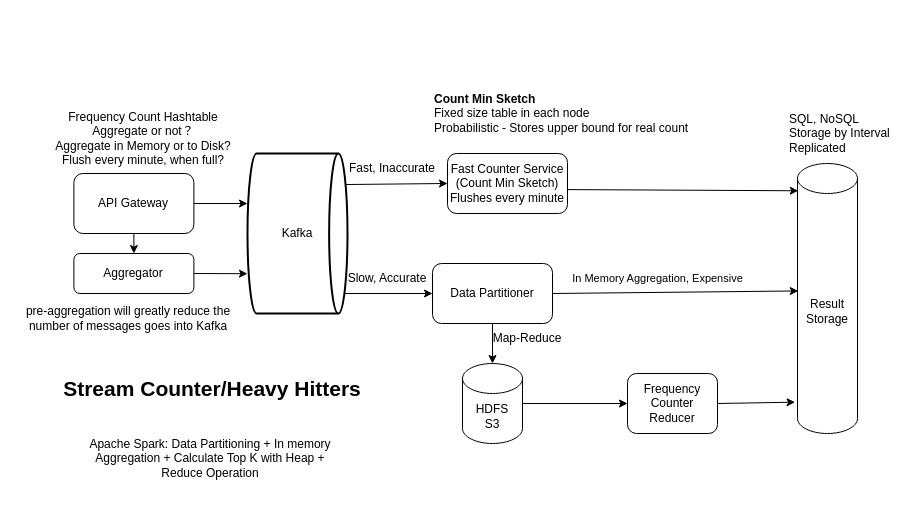
This is 4_TopK.drawio from xwq172677170/SysdDiagram, a draw.io file, before an edit. Source tidied: cells renumbered, new cells numbered last; positions are measured from the earlier drawing's top-left corner, leaving out a move shared by most shapes. Both pictures are drawn from the tidied source at 100%, with x=0, y=0 at pixel (17, 83).
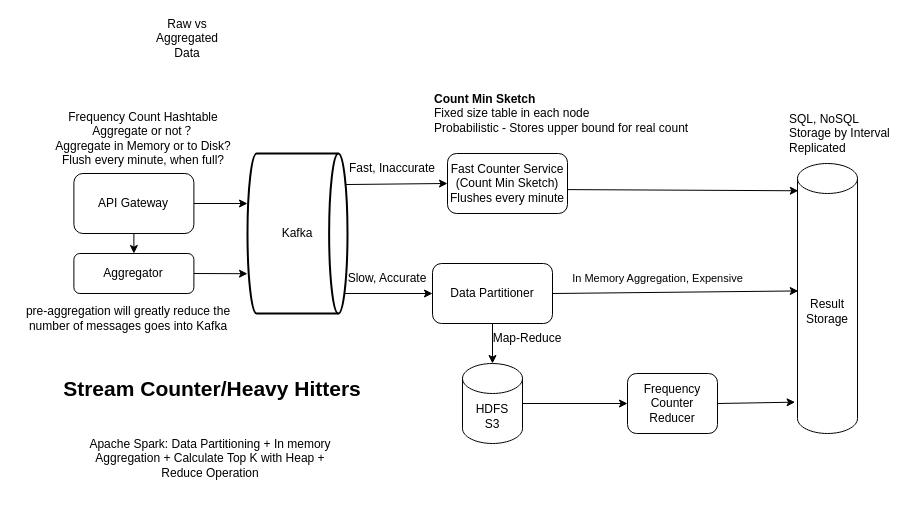
The same page after the edit.

What changed in the source:
```diff
@@
+    <mxCell id="30" value="Raw vs Aggregated Data" style="text;html=1;strokeColor=none;fillColor=none;align=center;verticalAlign=middle;whiteSpace=wrap;rounded=0;" parent="1" vertex="1">
+      <mxGeometry x="140" y="-60" width="60" height="30" as="geometry" />
+    </mxCell>
```
